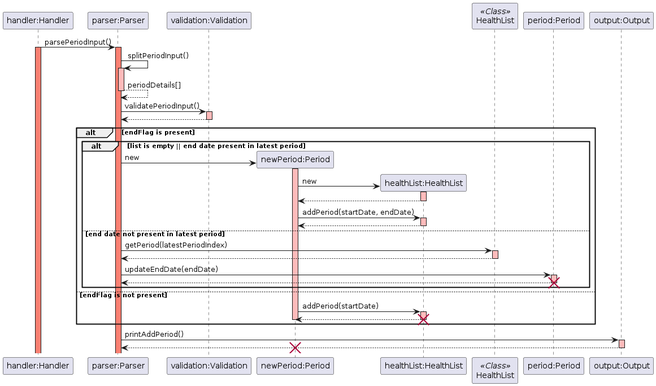
rouvinerh/tp keeps this PlantUML diagram as docs/img/sequence_diagrams/period_sequence.png. Above is the earlier version. Its source is kept beside it as docs/puml/sequence_diagrams/period_sequence.puml.
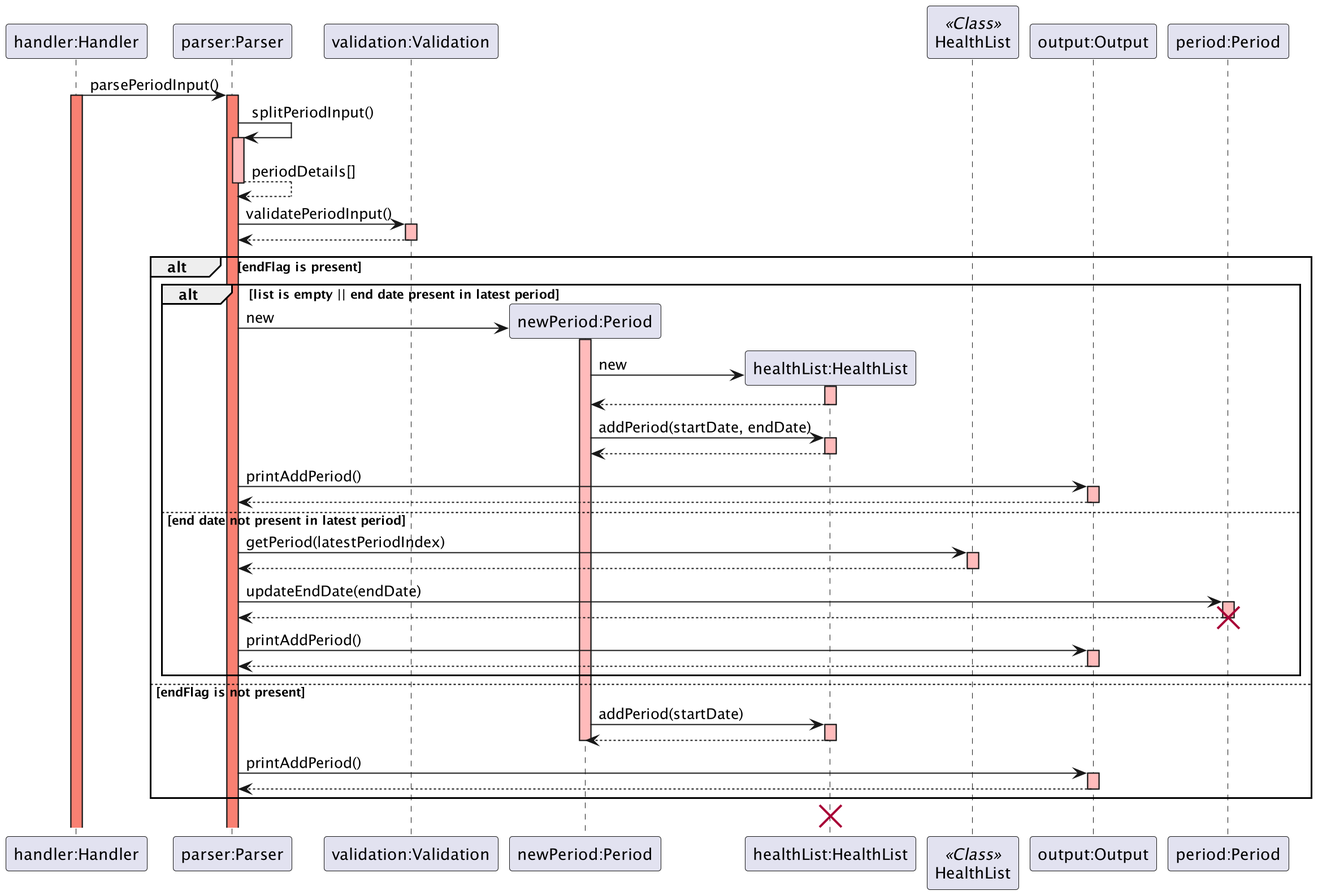
The same file after the commit.

What changed in the source:
```diff
@@ -35,7 +35,10 @@
     activate HealthList #FFBBBB
     HealthList --> Period:
     deactivate HealthList #FFBBBB
-
+    Parser -> "output:Output": printAddPeriod()
+    activate "output:Output" #FFBBBB
+    "output:Output" --> Parser:
+    deactivate  "output:Output"
 
     else end date not present in latest period
     Parser -> HealthList1: getPeriod(latestPeriodIndex)
@@ -49,6 +52,10 @@
     deactivate HealthList1 #FFBBBB
     deactivate "period:Period" #FFBBBB
     destroy "period:Period"
+    Parser -> "output:Output": printAddPeriod()
+    activate "output:Output" #FFBBBB
+    "output:Output" --> Parser:
+    deactivate  "output:Output"
     end
 
 else endFlag is not present
@@ -59,13 +66,13 @@
     HealthList --> Period:
     deactivate HealthList #FFBBBB
     deactivate Period #FFBBBB
-    destroy HealthList
+    Parser -> "output:Output": printAddPeriod()
+    activate "output:Output" #FFBBBB
+    "output:Output" --> Parser:
+    deactivate  "output:Output"
 
 end
-Parser -> "output:Output": printAddPeriod()
-activate "output:Output" #FFBBBB
-"output:Output" --> Parser:
-deactivate  "output:Output"
-destroy Period
+
+destroy HealthList
 
 @enduml
```
